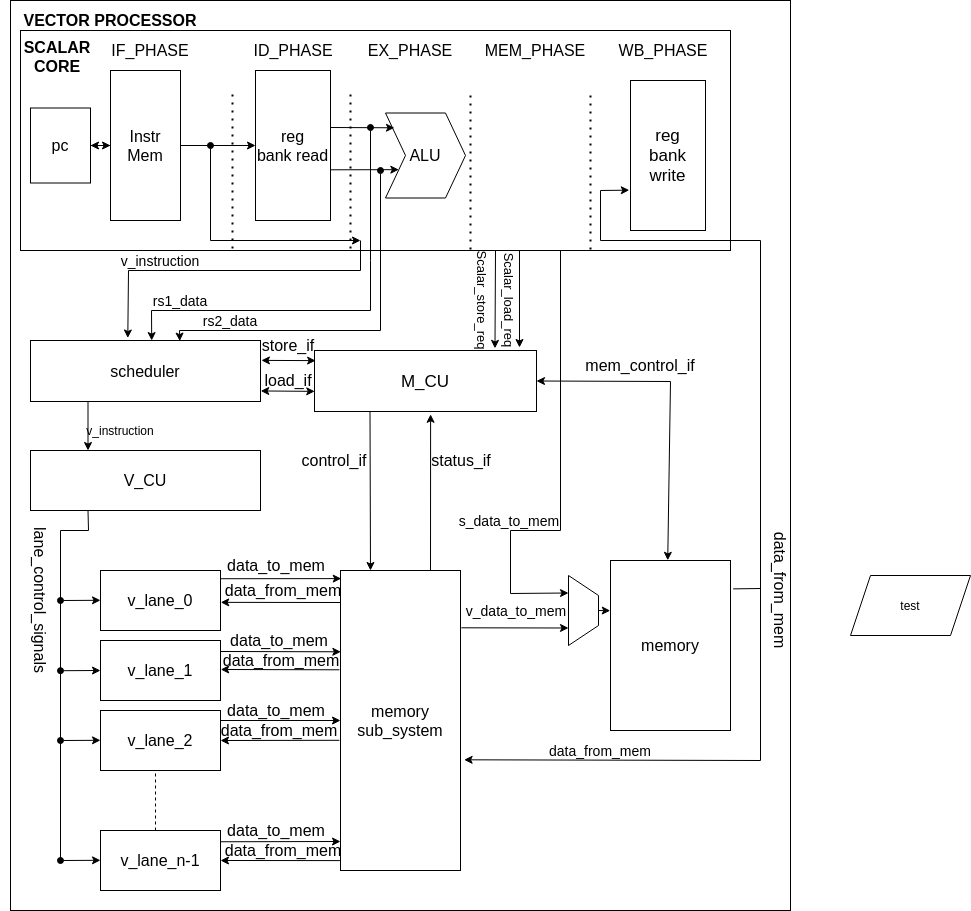
Before: Vector_zbornik.drawio.png, a diagram exported from draw.io (Nikola2444/RISC-V-vector-processor). Source tidied: cells renumbered, new cells last; positions are measured from the earlier drawing's top-left corner, leaving out a move shared by most shapes.
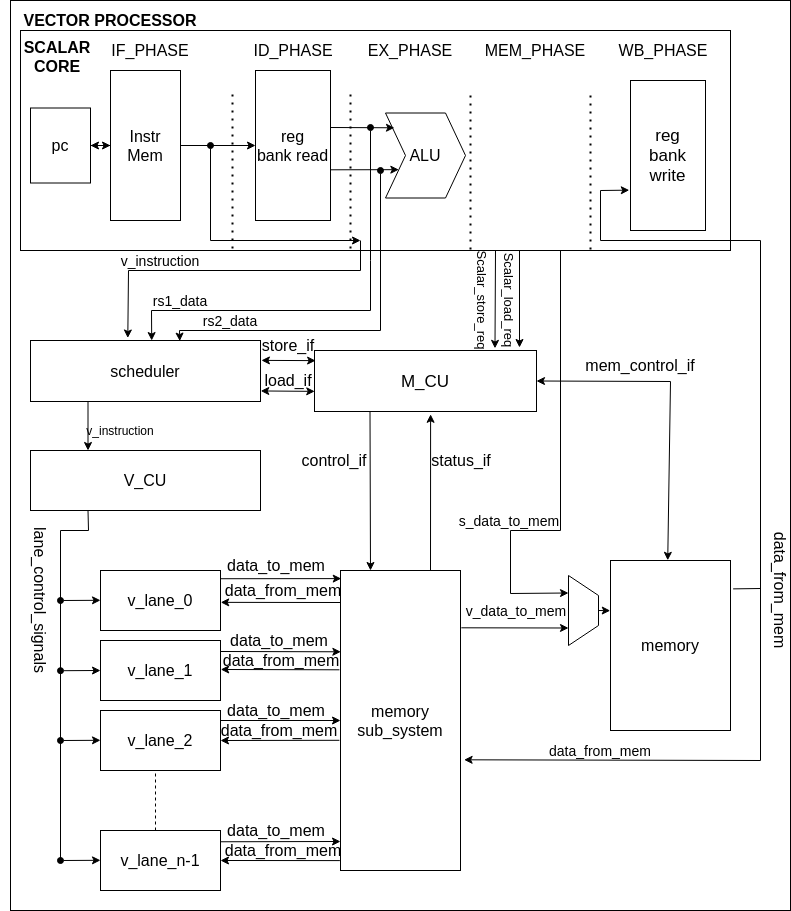
Later version of the same file.

Commit message:
Testing gtihub wiki

The edit, as a diff of the source:
```diff
@@ -364,8 +364,5 @@
     <mxCell id="89" value="&lt;b&gt;&lt;font style=&quot;font-size: 16px&quot;&gt;VECTOR PROCESSOR&lt;/font&gt;&lt;/b&gt;" style="text;html=1;strokeColor=none;fillColor=none;align=center;verticalAlign=middle;whiteSpace=wrap;rounded=0;" parent="1" vertex="1">
       <mxGeometry y="10" width="220" height="20" as="geometry" />
     </mxCell>
-    <mxCell id="90" value="test" style="shape=parallelogram;perimeter=parallelogramPerimeter;whiteSpace=wrap;html=1;fixedSize=1;" parent="1" vertex="1">
-      <mxGeometry x="850" y="575" width="120" height="60" as="geometry" />
-    </mxCell>
   </root>
 </mxGraphModel>
```
